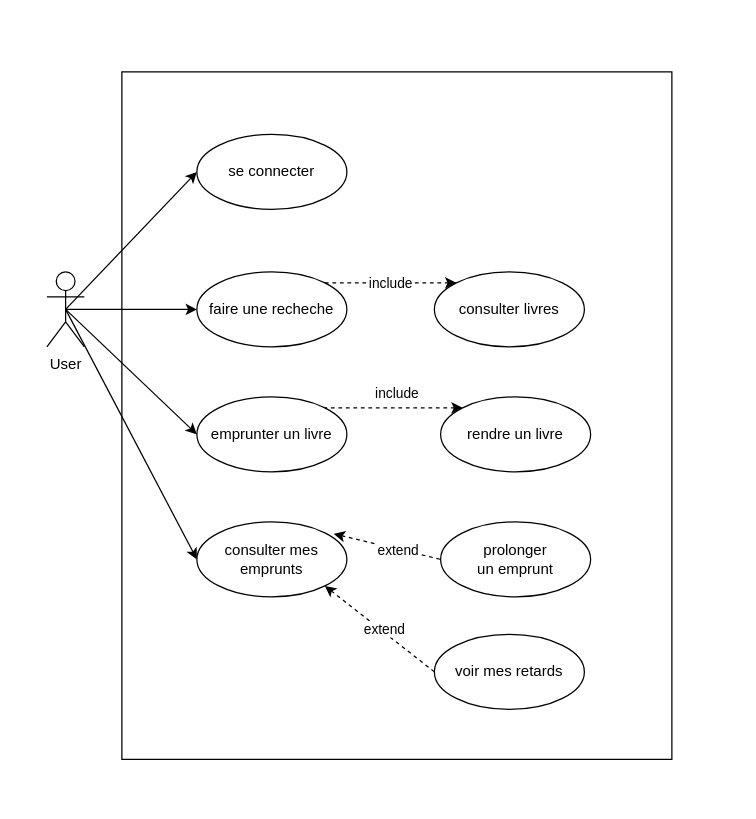
Earlier version of the draw.io diagram page "use_cases_user" (3 of 3) of diagramme/use_cases/use_cases.drawio (SquizzzGeekCat/Projet-Python_Bibliotheque). Source tidied: cells renumbered, new cells numbered last; positions are measured from the earlier drawing's top-left corner, leaving out a move shared by most shapes. Both pictures are drawn from the tidied source at 125%, with x=0, y=0 at pixel (46, 71).
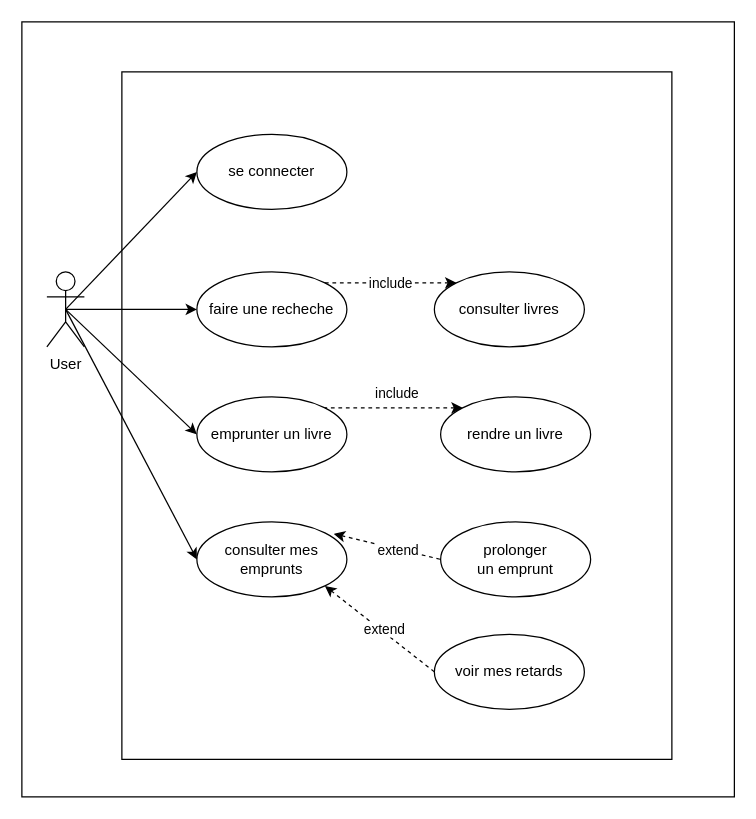
The same page after the edit.

The edit, as a diff of the source:
```diff
@@
+    <mxCell id="23" style="rounded=0;whiteSpace=wrap;html=1;" parent="1" vertex="1">
+      <mxGeometry x="-20" y="-40" width="570" height="620" as="geometry" />
+    </mxCell>
```
